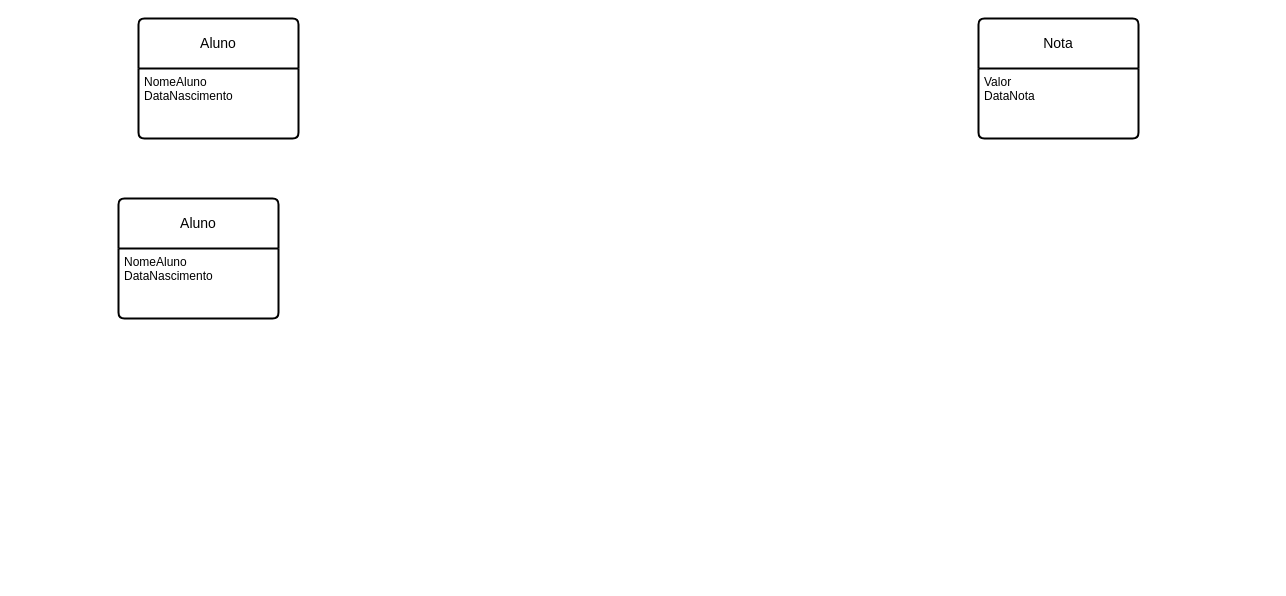
This is notas.drawio from RubenA2109/diagramas, a draw.io file, before an edit. Source tidied: cells renumbered, new cells numbered last; positions are measured from the earlier drawing's top-left corner, leaving out a move shared by most shapes. Both pictures are drawn from the tidied source at 100%, with x=0, y=0 at pixel (118, 18).
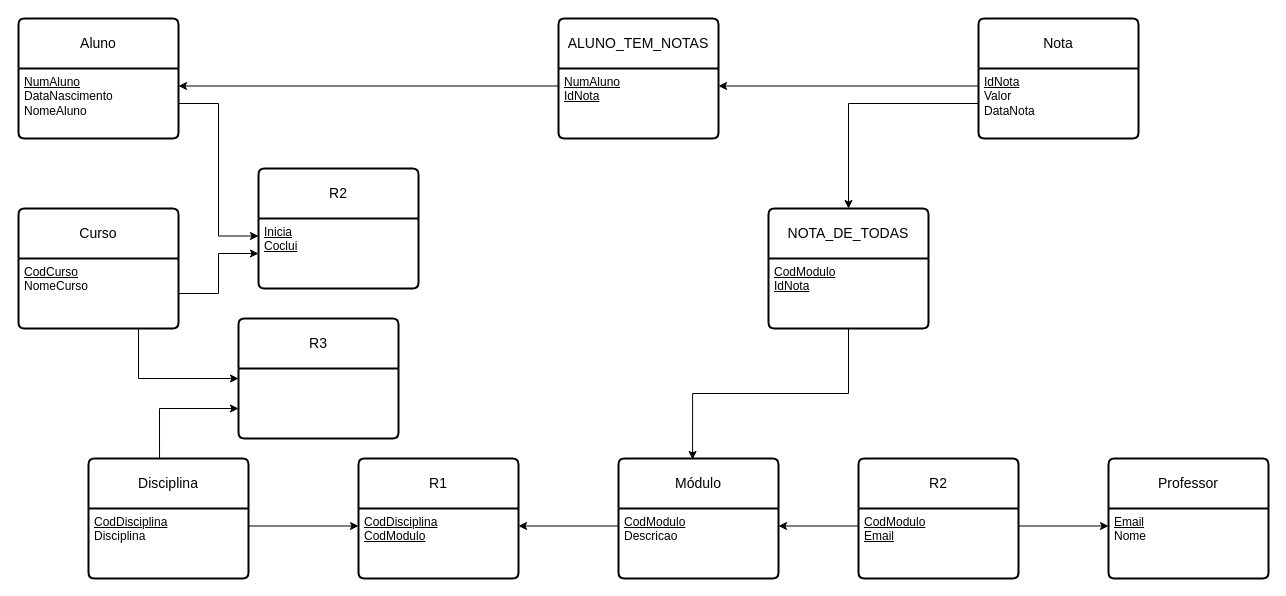
The same page after the edit.

The change refers to these unchanged cells:
```xml
<mxCell id="2" value="Nota" style="swimlane;horizontal=1;startSize=50;rounded=1;fontSize=14;fontStyle=0;strokeWidth=2;shadow=0;dashed=0;align=center;arcSize=4;whiteSpace=wrap;html=1;" parent="1" vertex="1">
  <mxGeometry x="860" width="160" height="120" as="geometry" />
</mxCell>
```

The edit, as a diff of the source:
```diff
@@
-    <mxCell id="3" value="Valor&lt;br&gt;&lt;div&gt;DataNota&lt;/div&gt;" style="align=left;strokeColor=none;fillColor=none;spacingLeft=4;spacingRight=4;fontSize=12;verticalAlign=top;html=1;whiteSpace=wrap;" parent="2" vertex="1">
+    <mxCell id="3" value="&lt;u&gt;IdNota&lt;/u&gt;&lt;div&gt;Valor&lt;br&gt;&lt;div&gt;DataNota&lt;/div&gt;&lt;/div&gt;" style="align=left;strokeColor=none;fillColor=none;spacingLeft=4;spacingRight=4;fontSize=12;verticalAlign=top;html=1;whiteSpace=wrap;" parent="2" vertex="1">
       <mxGeometry y="50" width="160" height="70" as="geometry" />
     </mxCell>
     <mxCell id="4" value="Aluno" style="swimlane;horizontal=1;startSize=50;rounded=1;fontSize=14;fontStyle=0;strokeWidth=2;shadow=0;dashed=0;align=center;arcSize=4;whiteSpace=wrap;html=1;" parent="1" vertex="1">
-      <mxGeometry x="20" width="160" height="120" as="geometry" />
+      <mxGeometry x="-100" width="160" height="120" as="geometry" />
     </mxCell>
-    <mxCell id="5" value="NomeAluno&lt;br&gt;&lt;div&gt;DataNascimento&lt;/div&gt;" style="align=left;strokeColor=none;fillColor=none;spacingLeft=4;spacingRight=4;fontSize=12;verticalAlign=top;html=1;whiteSpace=wrap;" parent="4" vertex="1">
+    <mxCell id="5" value="&lt;u&gt;NumAluno&lt;/u&gt;&lt;br&gt;&lt;div&gt;DataNascimento&lt;/div&gt;&lt;div&gt;NomeAluno&lt;/div&gt;" style="align=left;strokeColor=none;fillColor=none;spacingLeft=4;spacingRight=4;fontSize=12;verticalAlign=top;html=1;whiteSpace=wrap;" parent="4" vertex="1">
       <mxGeometry y="50" width="160" height="70" as="geometry" />
     </mxCell>
+    <mxCell id="8" value="&lt;br&gt;&lt;div&gt;&lt;br&gt;&lt;/div&gt;" style="align=left;strokeColor=none;fillColor=none;spacingLeft=4;spacingRight=4;fontSize=12;verticalAlign=top;html=1;whiteSpace=wrap;" parent="4" vertex="1">
+      <mxGeometry y="120" width="160" as="geometry" />
+    </mxCell>
-    <mxCell id="6" value="Aluno" style="swimlane;horizontal=1;startSize=50;rounded=1;fontSize=14;fontStyle=0;strokeWidth=2;shadow=0;dashed=0;align=center;arcSize=4;whiteSpace=wrap;html=1;" parent="1" vertex="1">
-      <mxGeometry y="180" width="160" height="120" as="geometry" />
+    <mxCell id="6" value="Curso" style="swimlane;horizontal=1;startSize=50;rounded=1;fontSize=14;fontStyle=0;strokeWidth=2;shadow=0;dashed=0;align=center;arcSize=4;whiteSpace=wrap;html=1;" parent="1" vertex="1">
+      <mxGeometry x="-100" y="190" width="160" height="120" as="geometry" />
     </mxCell>
-    <mxCell id="7" value="NomeAluno&lt;br&gt;&lt;div&gt;DataNascimento&lt;/div&gt;" style="align=left;strokeColor=none;fillColor=none;spacingLeft=4;spacingRight=4;fontSize=12;verticalAlign=top;html=1;whiteSpace=wrap;" parent="6" vertex="1">
+    <mxCell id="7" value="&lt;div&gt;&lt;u&gt;CodCurso&lt;/u&gt;&lt;/div&gt;&lt;div&gt;NomeCurso&lt;/div&gt;" style="align=left;strokeColor=none;fillColor=none;spacingLeft=4;spacingRight=4;fontSize=12;verticalAlign=top;html=1;whiteSpace=wrap;" parent="6" vertex="1">
       <mxGeometry y="50" width="160" height="70" as="geometry" />
     </mxCell>
+    <mxCell id="9" value="Disciplina" style="swimlane;horizontal=1;startSize=50;rounded=1;fontSize=14;fontStyle=0;strokeWidth=2;shadow=0;dashed=0;align=center;arcSize=4;whiteSpace=wrap;html=1;" parent="1" vertex="1">
+      <mxGeometry x="-30" y="440" width="160" height="120" as="geometry" />
+    </mxCell>
+    <mxCell id="10" value="&lt;u&gt;CodDisciplina&lt;/u&gt;&lt;div&gt;Disciplina&lt;/div&gt;" style="align=left;strokeColor=none;fillColor=none;spacingLeft=4;spacingRight=4;fontSize=12;verticalAlign=top;html=1;whiteSpace=wrap;" parent="9" vertex="1">
+      <mxGeometry y="50" width="160" height="70" as="geometry" />
+    </mxCell>
+    <mxCell id="11" value="Professor" style="swimlane;horizontal=1;startSize=50;rounded=1;fontSize=14;fontStyle=0;strokeWidth=2;shadow=0;dashed=0;align=center;arcSize=4;whiteSpace=wrap;html=1;" parent="1" vertex="1">
+      <mxGeometry x="990" y="440" width="160" height="120" as="geometry" />
+    </mxCell>
+    <mxCell id="12" value="&lt;u&gt;Email&lt;/u&gt;&lt;br&gt;&lt;div&gt;Nome&lt;/div&gt;" style="align=left;strokeColor=none;fillColor=none;spacingLeft=4;spacingRight=4;fontSize=12;verticalAlign=top;html=1;whiteSpace=wrap;" parent="11" vertex="1">
+      <mxGeometry y="50" width="160" height="70" as="geometry" />
+    </mxCell>
+    <mxCell id="13" value="Módulo" style="swimlane;horizontal=1;startSize=50;rounded=1;fontSize=14;fontStyle=0;strokeWidth=2;shadow=0;dashed=0;align=center;arcSize=4;whiteSpace=wrap;html=1;" parent="1" vertex="1">
+      <mxGeometry x="500" y="440" width="160" height="120" as="geometry" />
+    </mxCell>
+    <mxCell id="14" value="&lt;u&gt;CodModulo&lt;/u&gt;&lt;br&gt;&lt;div&gt;Descricao&lt;/div&gt;" style="align=left;strokeColor=none;fillColor=none;spacingLeft=4;spacingRight=4;fontSize=12;verticalAlign=top;html=1;whiteSpace=wrap;" parent="13" vertex="1">
+      <mxGeometry y="50" width="160" height="70" as="geometry" />
+    </mxCell>
+    <mxCell id="15" value="ALUNO_TEM_NOTAS" style="swimlane;horizontal=1;startSize=50;rounded=1;fontSize=14;fontStyle=0;strokeWidth=2;shadow=0;dashed=0;align=center;arcSize=4;whiteSpace=wrap;html=1;" parent="1" vertex="1">
+      <mxGeometry x="440" width="160" height="120" as="geometry" />
+    </mxCell>
+    <mxCell id="16" value="&lt;div&gt;&lt;u&gt;NumAluno&lt;/u&gt;&lt;/div&gt;&lt;div&gt;&lt;u&gt;IdNota&lt;/u&gt;&lt;/div&gt;" style="align=left;strokeColor=none;fillColor=none;spacingLeft=4;spacingRight=4;fontSize=12;verticalAlign=top;html=1;whiteSpace=wrap;" parent="15" vertex="1">
+      <mxGeometry y="50" width="160" height="70" as="geometry" />
+    </mxCell>
+    <mxCell id="17" style="edgeStyle=orthogonalEdgeStyle;rounded=0;jettySize=auto;html=1;entryX=1;entryY=0.25;entryDx=0;entryDy=0;" parent="1" edge="1" source="16" target="5">
+      <mxGeometry relative="1" as="geometry">
+        <Array as="points">
+          <mxPoint x="310" y="68" />
+        </Array>
+      </mxGeometry>
+    </mxCell>
+    <mxCell id="18" value="R2" style="swimlane;horizontal=1;startSize=50;rounded=1;fontSize=14;fontStyle=0;strokeWidth=2;shadow=0;dashed=0;align=center;arcSize=4;whiteSpace=wrap;html=1;" parent="1" vertex="1">
+      <mxGeometry x="740" y="440" width="160" height="120" as="geometry" />
+    </mxCell>
+    <mxCell id="19" value="&lt;u&gt;CodModulo&lt;/u&gt;&lt;br&gt;&lt;div&gt;&lt;u&gt;Email&lt;/u&gt;&lt;/div&gt;" style="align=left;strokeColor=none;fillColor=none;spacingLeft=4;spacingRight=4;fontSize=12;verticalAlign=top;html=1;whiteSpace=wrap;" parent="18" vertex="1">
+      <mxGeometry y="50" width="160" height="70" as="geometry" />
+    </mxCell>
+    <mxCell id="20" value="R1" style="swimlane;horizontal=1;startSize=50;rounded=1;fontSize=14;fontStyle=0;strokeWidth=2;shadow=0;dashed=0;align=center;arcSize=4;whiteSpace=wrap;html=1;" parent="1" vertex="1">
+      <mxGeometry x="240" y="440" width="160" height="120" as="geometry" />
+    </mxCell>
+    <mxCell id="21" value="&lt;div&gt;&lt;u&gt;CodDisciplina&lt;/u&gt;&lt;/div&gt;&lt;div&gt;&lt;u&gt;CodModulo&lt;/u&gt;&lt;br&gt;&lt;/div&gt;" style="align=left;strokeColor=none;fillColor=none;spacingLeft=4;spacingRight=4;fontSize=12;verticalAlign=top;html=1;whiteSpace=wrap;" parent="20" vertex="1">
+      <mxGeometry y="50" width="160" height="70" as="geometry" />
+    </mxCell>
+    <mxCell id="22" value="R2" style="swimlane;horizontal=1;startSize=50;rounded=1;fontSize=14;fontStyle=0;strokeWidth=2;shadow=0;dashed=0;align=center;arcSize=4;whiteSpace=wrap;html=1;" parent="1" vertex="1">
+      <mxGeometry x="140" y="150" width="160" height="120" as="geometry" />
+    </mxCell>
+    <mxCell id="23" value="&lt;u&gt;Inicia&lt;/u&gt;&lt;br&gt;&lt;div&gt;&lt;u&gt;Coclui&lt;/u&gt;&lt;/div&gt;" style="align=left;strokeColor=none;fillColor=none;spacingLeft=4;spacingRight=4;fontSize=12;verticalAlign=top;html=1;whiteSpace=wrap;" parent="22" vertex="1">
+      <mxGeometry y="50" width="160" height="70" as="geometry" />
+    </mxCell>
+    <mxCell id="24" value="NOTA_DE_TODAS" style="swimlane;horizontal=1;startSize=50;rounded=1;fontSize=14;fontStyle=0;strokeWidth=2;shadow=0;dashed=0;align=center;arcSize=4;whiteSpace=wrap;html=1;" parent="1" vertex="1">
+      <mxGeometry x="650" y="190" width="160" height="120" as="geometry" />
+    </mxCell>
+    <mxCell id="25" value="&lt;u&gt;CodModulo&lt;/u&gt;&lt;br&gt;&lt;u&gt;IdNota&lt;/u&gt;&lt;div&gt;&lt;u&gt;&lt;br&gt;&lt;/u&gt;&lt;/div&gt;" style="align=left;strokeColor=none;fillColor=none;spacingLeft=4;spacingRight=4;fontSize=12;verticalAlign=top;html=1;whiteSpace=wrap;" parent="24" vertex="1">
+      <mxGeometry y="50" width="160" height="70" as="geometry" />
+    </mxCell>
+    <mxCell id="26" style="edgeStyle=orthogonalEdgeStyle;rounded=0;jettySize=auto;html=1;entryX=1;entryY=0.25;entryDx=0;entryDy=0;" parent="1" edge="1" source="3" target="16">
+      <mxGeometry relative="1" as="geometry">
+        <Array as="points">
+          <mxPoint x="730" y="68" />
+        </Array>
+      </mxGeometry>
+    </mxCell>
+    <mxCell id="27" style="edgeStyle=orthogonalEdgeStyle;rounded=0;jettySize=auto;html=1;entryX=0.5;entryY=0;entryDx=0;entryDy=0;" parent="1" edge="1" source="3" target="24">
+      <mxGeometry relative="1" as="geometry" />
+    </mxCell>
+    <mxCell id="28" style="edgeStyle=orthogonalEdgeStyle;rounded=0;jettySize=auto;html=1;entryX=0.463;entryY=0.008;entryDx=0;entryDy=0;entryPerimeter=0;" parent="1" edge="1" source="25" target="13">
+      <mxGeometry relative="1" as="geometry" />
+    </mxCell>
+    <mxCell id="29" style="edgeStyle=orthogonalEdgeStyle;rounded=0;jettySize=auto;html=1;entryX=1;entryY=0.25;entryDx=0;entryDy=0;" parent="1" edge="1" source="19" target="14">
+      <mxGeometry relative="1" as="geometry">
+        <Array as="points">
+          <mxPoint x="700" y="508" />
+        </Array>
+      </mxGeometry>
+    </mxCell>
+    <mxCell id="30" style="edgeStyle=orthogonalEdgeStyle;rounded=0;jettySize=auto;html=1;entryX=0;entryY=0.25;entryDx=0;entryDy=0;" parent="1" edge="1" source="19" target="12">
+      <mxGeometry relative="1" as="geometry">
+        <Array as="points">
+          <mxPoint x="945" y="508" />
+        </Array>
+      </mxGeometry>
+    </mxCell>
+    <mxCell id="31" style="edgeStyle=orthogonalEdgeStyle;rounded=0;jettySize=auto;html=1;entryX=1;entryY=0.25;entryDx=0;entryDy=0;" parent="1" edge="1" source="14" target="21">
+      <mxGeometry relative="1" as="geometry">
+        <Array as="points">
+          <mxPoint x="450" y="508" />
+        </Array>
+      </mxGeometry>
+    </mxCell>
+    <mxCell id="32" style="edgeStyle=orthogonalEdgeStyle;rounded=0;jettySize=auto;html=1;entryX=0;entryY=0.25;entryDx=0;entryDy=0;" parent="1" edge="1" source="10" target="21">
+      <mxGeometry relative="1" as="geometry">
+        <Array as="points">
+          <mxPoint x="185" y="508" />
+        </Array>
+      </mxGeometry>
+    </mxCell>
+    <mxCell id="33" style="edgeStyle=orthogonalEdgeStyle;rounded=0;jettySize=auto;html=1;entryX=0;entryY=0.25;entryDx=0;entryDy=0;" parent="1" edge="1" source="5" target="23">
+      <mxGeometry relative="1" as="geometry" />
+    </mxCell>
+    <mxCell id="34" style="edgeStyle=orthogonalEdgeStyle;rounded=0;jettySize=auto;html=1;entryX=0;entryY=0.5;entryDx=0;entryDy=0;" parent="1" edge="1" source="7" target="23">
+      <mxGeometry relative="1" as="geometry" />
+    </mxCell>
+    <mxCell id="35" value="R3" style="swimlane;horizontal=1;startSize=50;rounded=1;fontSize=14;fontStyle=0;strokeWidth=2;shadow=0;dashed=0;align=center;arcSize=4;whiteSpace=wrap;html=1;" parent="1" vertex="1">
+      <mxGeometry x="120" y="300" width="160" height="120" as="geometry" />
+    </mxCell>
+    <mxCell id="36" style="edgeStyle=orthogonalEdgeStyle;rounded=0;jettySize=auto;html=1;entryX=0;entryY=0.5;entryDx=0;entryDy=0;exitX=0.75;exitY=1;exitDx=0;exitDy=0;" parent="1" edge="1" source="7" target="35">
+      <mxGeometry relative="1" as="geometry" />
+    </mxCell>
+    <mxCell id="37" style="edgeStyle=orthogonalEdgeStyle;rounded=0;jettySize=auto;html=1;entryX=0;entryY=0.75;entryDx=0;entryDy=0;exitX=0.444;exitY=0;exitDx=0;exitDy=0;exitPerimeter=0;" parent="1" edge="1" source="9" target="35">
+      <mxGeometry relative="1" as="geometry" />
+    </mxCell>
```
